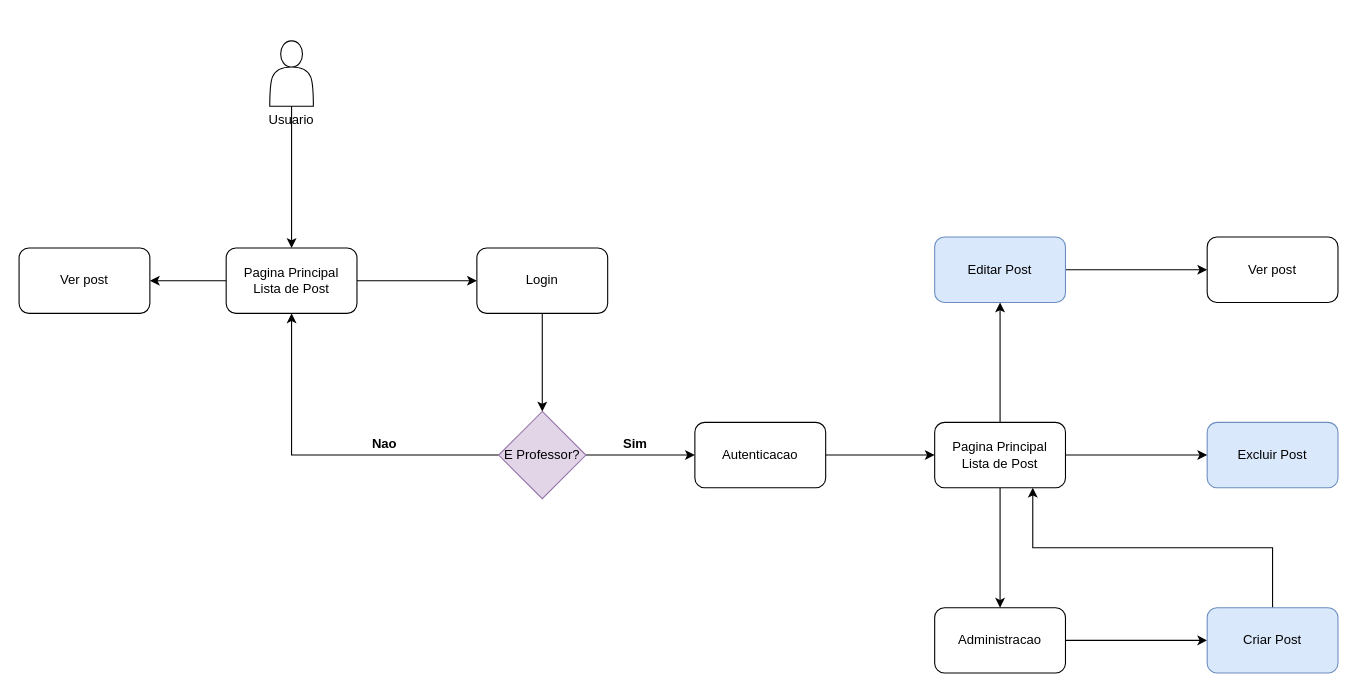
The draw.io diagram DiagramTechChallengeOutSystem.drawio in diegox300/TechChallengeOutSystem, before the edit. Source tidied: cells renumbered, new cells numbered last; positions are measured from the earlier drawing's top-left corner, leaving out a move shared by most shapes. Both pictures are drawn from the tidied source at 109%, with x=0, y=0 at pixel (19, 40).
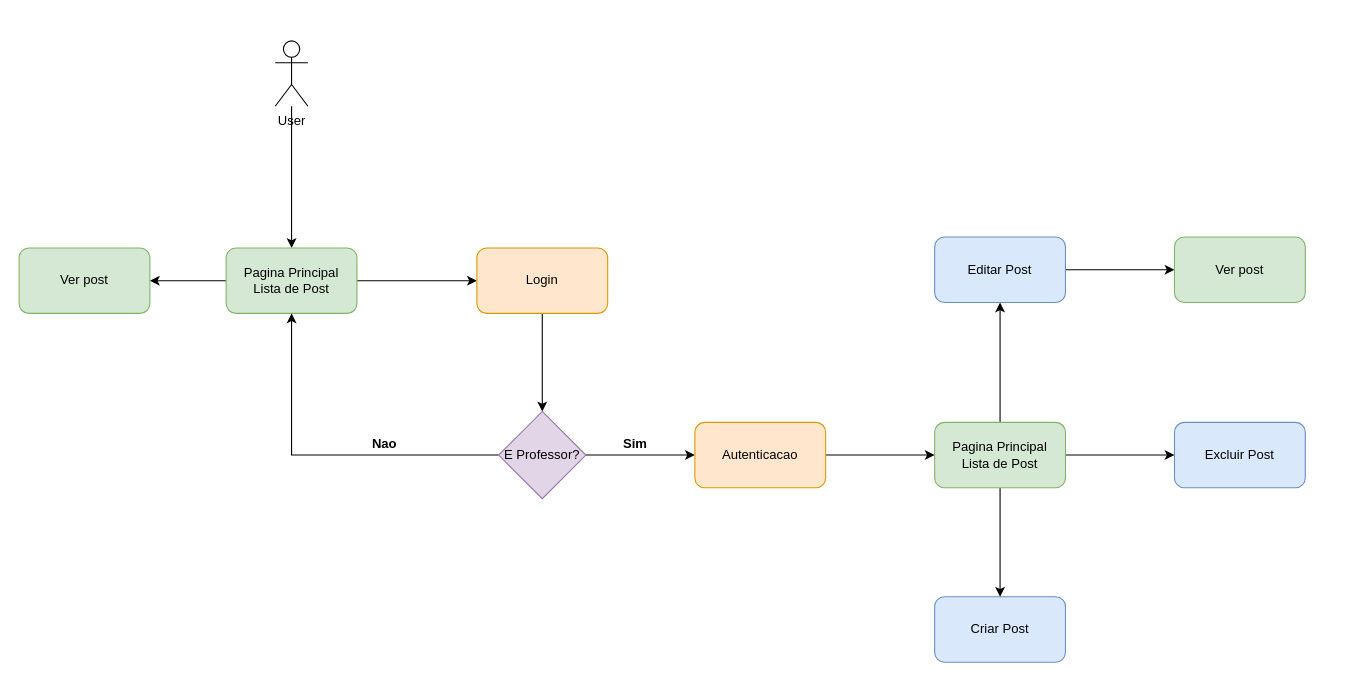
The same page after the edit.

The edit, as a diff of the source:
```diff
@@
-    <mxCell id="2" style="edgeStyle=orthogonalEdgeStyle;rounded=0;jettySize=auto;html=1;entryX=0.5;entryY=0;entryDx=0;entryDy=0;" parent="1" edge="1" source="3" target="6">
+    <mxCell id="2" style="edgeStyle=orthogonalEdgeStyle;rounded=0;jettySize=auto;html=1;entryX=0.5;entryY=0;entryDx=0;entryDy=0;" parent="1" edge="1" source="29" target="6">
       <mxGeometry relative="1" as="geometry" />
     </mxCell>
-    <mxCell id="3" value="&lt;div&gt;&lt;br&gt;&lt;/div&gt;&lt;div&gt;&lt;br&gt;&lt;/div&gt;&lt;div&gt;&lt;br&gt;&lt;/div&gt;&lt;div&gt;&lt;br&gt;&lt;/div&gt;&lt;div&gt;&lt;br&gt;&lt;/div&gt;&lt;div&gt;&lt;br&gt;&lt;/div&gt;&lt;div&gt;Usuario&lt;/div&gt;" style="shape=actor;whiteSpace=wrap;html=1;points=[[0,0.75,0,0,0],[0.1,0.5,0,0,0],[0.25,0.2,0,0,0],[0.25,1,0,0,0],[0.5,0,0,0,0],[0.5,1,0,0,0],[0.75,0.25,0,0,0],[0.75,1,0,0,0],[0.9,0.5,0,0,0],[1,0.75,0,0,0]];" parent="1" vertex="1">
-      <mxGeometry x="230" width="40" height="60" as="geometry" />
-    </mxCell>
@@
-    <mxCell id="6" value="Pagina Principal&lt;div&gt;Lista de Post&lt;/div&gt;" style="rounded=1;whiteSpace=wrap;html=1;" parent="1" vertex="1">
+    <mxCell id="6" value="Pagina Principal&lt;div&gt;Lista de Post&lt;/div&gt;" style="rounded=1;whiteSpace=wrap;html=1;fillColor=#d5e8d4;strokeColor=#82b366;" parent="1" vertex="1">
       <mxGeometry x="190" y="190" width="120" height="60" as="geometry" />
     </mxCell>
-    <mxCell id="7" value="Ver post" style="rounded=1;whiteSpace=wrap;html=1;" parent="1" vertex="1">
+    <mxCell id="7" value="Ver post" style="rounded=1;whiteSpace=wrap;html=1;fillColor=#d5e8d4;strokeColor=#82b366;" parent="1" vertex="1">
       <mxGeometry y="190" width="120" height="60" as="geometry" />
     </mxCell>
@@
-    <mxCell id="9" value="Login" style="rounded=1;whiteSpace=wrap;html=1;" parent="1" vertex="1">
+    <mxCell id="9" value="Login" style="rounded=1;whiteSpace=wrap;html=1;fillColor=#ffe6cc;strokeColor=#d79b00;" parent="1" vertex="1">
       <mxGeometry x="420" y="190" width="120" height="60" as="geometry" />
     </mxCell>
@@
-    <mxCell id="14" value="Autenticacao" style="rounded=1;whiteSpace=wrap;html=1;" parent="1" vertex="1">
+    <mxCell id="14" value="Autenticacao" style="rounded=1;whiteSpace=wrap;html=1;fillColor=#ffe6cc;strokeColor=#d79b00;" parent="1" vertex="1">
       <mxGeometry x="620" y="350" width="120" height="60" as="geometry" />
     </mxCell>
-    <mxCell id="15" style="edgeStyle=orthogonalEdgeStyle;rounded=0;jettySize=auto;html=1;entryX=0;entryY=0.5;entryDx=0;entryDy=0;" parent="1" edge="1" source="16" target="20">
-      <mxGeometry relative="1" as="geometry" />
-    </mxCell>
-    <mxCell id="16" value="Administracao" style="rounded=1;whiteSpace=wrap;html=1;" parent="1" vertex="1">
-      <mxGeometry x="840" y="520" width="120" height="60" as="geometry" />
-    </mxCell>
@@
-    <mxCell id="19" style="edgeStyle=orthogonalEdgeStyle;rounded=0;jettySize=auto;html=1;exitX=0.5;exitY=0;exitDx=0;exitDy=0;entryX=0.75;entryY=1;entryDx=0;entryDy=0;" parent="1" edge="1" source="20" target="28">
-      <mxGeometry relative="1" as="geometry" />
-    </mxCell>
     <mxCell id="20" value="Criar Post" style="rounded=1;whiteSpace=wrap;html=1;fillColor=#dae8fc;strokeColor=#6c8ebf;" parent="1" vertex="1">
-      <mxGeometry x="1090" y="520" width="120" height="60" as="geometry" />
+      <mxGeometry x="840" y="510" width="120" height="60" as="geometry" />
     </mxCell>
@@
     <mxCell id="23" value="Excluir Post" style="rounded=1;whiteSpace=wrap;html=1;fillColor=#dae8fc;strokeColor=#6c8ebf;" parent="1" vertex="1">
-      <mxGeometry x="1090" y="350" width="120" height="60" as="geometry" />
+      <mxGeometry x="1060" y="350" width="120" height="60" as="geometry" />
     </mxCell>
-    <mxCell id="24" value="Ver post" style="rounded=1;whiteSpace=wrap;html=1;" parent="1" vertex="1">
-      <mxGeometry x="1090" y="180" width="120" height="60" as="geometry" />
+    <mxCell id="24" value="Ver post" style="rounded=1;whiteSpace=wrap;html=1;fillColor=#d5e8d4;strokeColor=#82b366;" parent="1" vertex="1">
+      <mxGeometry x="1060" y="180" width="120" height="60" as="geometry" />
     </mxCell>
-    <mxCell id="25" style="edgeStyle=orthogonalEdgeStyle;rounded=0;jettySize=auto;html=1;" parent="1" edge="1" source="28" target="16">
+    <mxCell id="25" style="edgeStyle=orthogonalEdgeStyle;rounded=0;jettySize=auto;html=1;entryX=0.5;entryY=0;entryDx=0;entryDy=0;exitX=0.5;exitY=1;exitDx=0;exitDy=0;" parent="1" edge="1" source="28" target="20">
       <mxGeometry relative="1" as="geometry" />
     </mxCell>
@@
-    <mxCell id="28" value="Pagina Principal&lt;div&gt;Lista de Post&lt;/div&gt;" style="rounded=1;whiteSpace=wrap;html=1;" parent="1" vertex="1">
+    <mxCell id="28" value="Pagina Principal&lt;div&gt;Lista de Post&lt;/div&gt;" style="rounded=1;whiteSpace=wrap;html=1;fillColor=#d5e8d4;strokeColor=#82b366;" parent="1" vertex="1">
       <mxGeometry x="840" y="350" width="120" height="60" as="geometry" />
     </mxCell>
+    <mxCell id="29" value="User" style="shape=umlActor;verticalLabelPosition=bottom;verticalAlign=top;html=1;outlineConnect=0;" parent="1" vertex="1">
+      <mxGeometry x="235" width="30" height="60" as="geometry" />
+    </mxCell>
```
